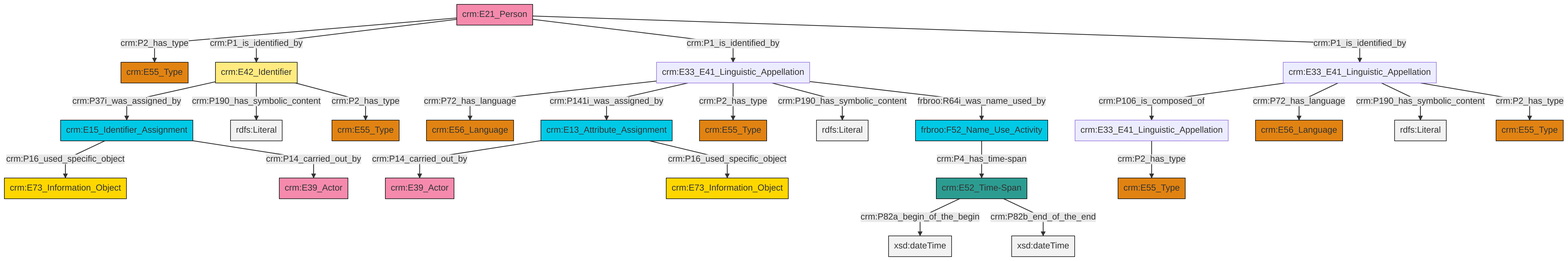
Before: et/personCSV/ttl/mmd/png/Person_Names_and_Classification.png, a diagram exported from Mermaid (swiss-art-research-net/docs.swissartresearch). Its source is kept beside it as et/personCSV/ttl/mmd/Person_Names_and_Classification.ttl.mmd.
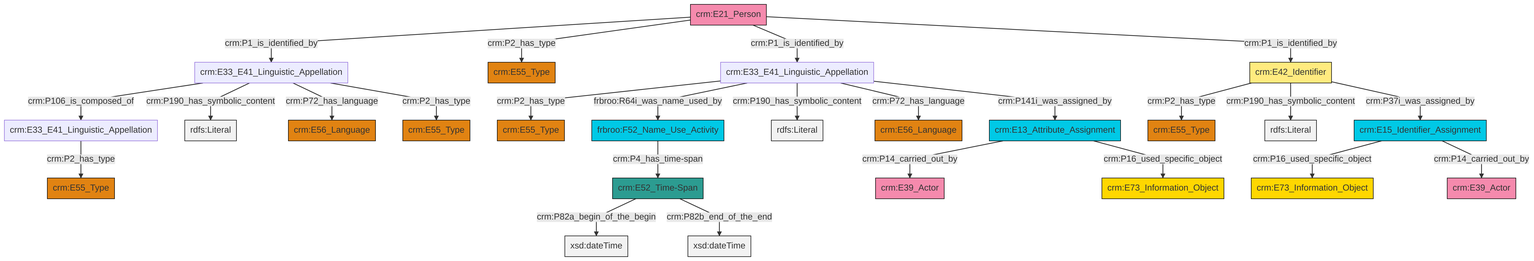
The same diagram one commit later.

The edit, as a diff of the source:
```diff
@@ -13,27 +13,27 @@
 classDef PC_Classes fill:#4ce600, stroke:#000000;
 classDef Multi fill:#cccccc,stroke:#000000;
 
-8["crm:E21_Person"]:::Actor -->|crm:P2_has_type| 9["crm:E55_Type"]:::Type
-4["crm:E33_E41_Linguistic_Appellation"]:::Default -->|crm:P106_is_composed_of| 10["crm:E33_E41_Linguistic_Appellation"]:::Default
-14["crm:E33_E41_Linguistic_Appellation"]:::Default -->|crm:P72_has_language| 12["crm:E56_Language"]:::Type
-17["crm:E52_Time-Span"]:::Time-Span -->|crm:P82a_begin_of_the_begin| 18[xsd:dateTime]:::Literal
-8["crm:E21_Person"]:::Actor -->|crm:P1_is_identified_by| 19["crm:E42_Identifier"]:::Appellation
-2["frbroo:F52_Name_Use_Activity"]:::Temporal_Entity -->|crm:P4_has_time-span| 17["crm:E52_Time-Span"]:::Time-Span
-4["crm:E33_E41_Linguistic_Appellation"]:::Default -->|crm:P72_has_language| 20["crm:E56_Language"]:::Type
-8["crm:E21_Person"]:::Actor -->|crm:P1_is_identified_by| 14["crm:E33_E41_Linguistic_Appellation"]:::Default
-15["crm:E13_Attribute_Assignment"]:::Temporal_Entity -->|crm:P14_carried_out_by| 27["crm:E39_Actor"]:::Actor
-19["crm:E42_Identifier"]:::Appellation -->|crm:P37i_was_assigned_by| 28["crm:E15_Identifier_Assignment"]:::Temporal_Entity
-15["crm:E13_Attribute_Assignment"]:::Temporal_Entity -->|crm:P16_used_specific_object| 21["crm:E73_Information_Object"]:::Conceptual_Object
-4["crm:E33_E41_Linguistic_Appellation"]:::Default -->|crm:P190_has_symbolic_content| 36[rdfs:Literal]:::Literal
-17["crm:E52_Time-Span"]:::Time-Span -->|crm:P82b_end_of_the_end| 38[xsd:dateTime]:::Literal
-19["crm:E42_Identifier"]:::Appellation -->|crm:P190_has_symbolic_content| 39[rdfs:Literal]:::Literal
-10["crm:E33_E41_Linguistic_Appellation"]:::Default -->|crm:P2_has_type| 25["crm:E55_Type"]:::Type
-14["crm:E33_E41_Linguistic_Appellation"]:::Default -->|crm:P141i_was_assigned_by| 15["crm:E13_Attribute_Assignment"]:::Temporal_Entity
-19["crm:E42_Identifier"]:::Appellation -->|crm:P2_has_type| 29["crm:E55_Type"]:::Type
-14["crm:E33_E41_Linguistic_Appellation"]:::Default -->|crm:P2_has_type| 0["crm:E55_Type"]:::Type
-28["crm:E15_Identifier_Assignment"]:::Temporal_Entity -->|crm:P16_used_specific_object| 31["crm:E73_Information_Object"]:::Conceptual_Object
-4["crm:E33_E41_Linguistic_Appellation"]:::Default -->|crm:P2_has_type| 6["crm:E55_Type"]:::Type
-14["crm:E33_E41_Linguistic_Appellation"]:::Default -->|crm:P190_has_symbolic_content| 43[rdfs:Literal]:::Literal
-8["crm:E21_Person"]:::Actor -->|crm:P1_is_identified_by| 4["crm:E33_E41_Linguistic_Appellation"]:::Default
-14["crm:E33_E41_Linguistic_Appellation"]:::Default -->|frbroo:R64i_was_name_used_by| 2["frbroo:F52_Name_Use_Activity"]:::Temporal_Entity
-28["crm:E15_Identifier_Assignment"]:::Temporal_Entity -->|crm:P14_carried_out_by| 44["crm:E39_Actor"]:::Actor
+4["crm:E21_Person"]:::Actor -->|crm:P1_is_identified_by| 5["crm:E33_E41_Linguistic_Appellation"]:::Default
+8["crm:E33_E41_Linguistic_Appellation"]:::Default -->|crm:P2_has_type| 9["crm:E55_Type"]:::Type
+4["crm:E21_Person"]:::Actor -->|crm:P2_has_type| 0["crm:E55_Type"]:::Type
+12["crm:E33_E41_Linguistic_Appellation"]:::Default -->|crm:P2_has_type| 13["crm:E55_Type"]:::Type
+4["crm:E21_Person"]:::Actor -->|crm:P1_is_identified_by| 8["crm:E33_E41_Linguistic_Appellation"]:::Default
+16["crm:E15_Identifier_Assignment"]:::Temporal_Entity -->|crm:P16_used_specific_object| 10["crm:E73_Information_Object"]:::Conceptual_Object
+8["crm:E33_E41_Linguistic_Appellation"]:::Default -->|frbroo:R64i_was_name_used_by| 14["frbroo:F52_Name_Use_Activity"]:::Temporal_Entity
+17["crm:E13_Attribute_Assignment"]:::Temporal_Entity -->|crm:P14_carried_out_by| 18["crm:E39_Actor"]:::Actor
+14["frbroo:F52_Name_Use_Activity"]:::Temporal_Entity -->|crm:P4_has_time-span| 23["crm:E52_Time-Span"]:::Time-Span
+16["crm:E15_Identifier_Assignment"]:::Temporal_Entity -->|crm:P14_carried_out_by| 21["crm:E39_Actor"]:::Actor
+23["crm:E52_Time-Span"]:::Time-Span -->|crm:P82a_begin_of_the_begin| 27[xsd:dateTime]:::Literal
+6["crm:E42_Identifier"]:::Appellation -->|crm:P2_has_type| 2["crm:E55_Type"]:::Type
+8["crm:E33_E41_Linguistic_Appellation"]:::Default -->|crm:P190_has_symbolic_content| 30[rdfs:Literal]:::Literal
+4["crm:E21_Person"]:::Actor -->|crm:P1_is_identified_by| 6["crm:E42_Identifier"]:::Appellation
+5["crm:E33_E41_Linguistic_Appellation"]:::Default -->|crm:P106_is_composed_of| 12["crm:E33_E41_Linguistic_Appellation"]:::Default
+8["crm:E33_E41_Linguistic_Appellation"]:::Default -->|crm:P72_has_language| 19["crm:E56_Language"]:::Type
+5["crm:E33_E41_Linguistic_Appellation"]:::Default -->|crm:P190_has_symbolic_content| 36[rdfs:Literal]:::Literal
+17["crm:E13_Attribute_Assignment"]:::Temporal_Entity -->|crm:P16_used_specific_object| 25["crm:E73_Information_Object"]:::Conceptual_Object
+6["crm:E42_Identifier"]:::Appellation -->|crm:P190_has_symbolic_content| 40[rdfs:Literal]:::Literal
+6["crm:E42_Identifier"]:::Appellation -->|crm:P37i_was_assigned_by| 16["crm:E15_Identifier_Assignment"]:::Temporal_Entity
+23["crm:E52_Time-Span"]:::Time-Span -->|crm:P82b_end_of_the_end| 44[xsd:dateTime]:::Literal
+5["crm:E33_E41_Linguistic_Appellation"]:::Default -->|crm:P72_has_language| 45["crm:E56_Language"]:::Type
+5["crm:E33_E41_Linguistic_Appellation"]:::Default -->|crm:P2_has_type| 34["crm:E55_Type"]:::Type
+8["crm:E33_E41_Linguistic_Appellation"]:::Default -->|crm:P141i_was_assigned_by| 17["crm:E13_Attribute_Assignment"]:::Temporal_Entity
```
